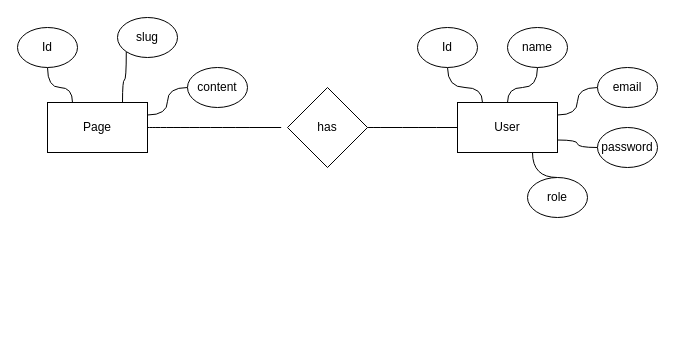
Above: Untitled Diagram.drawio in vaighir/-CMS-WIKI-FI9E (draw.io), before the change. Source tidied: cells renumbered, new cells numbered last; positions are measured from the earlier drawing's top-left corner, leaving out a move shared by most shapes. Both pictures are drawn from the tidied source at 100%, with x=0, y=0 at pixel (17, 17).
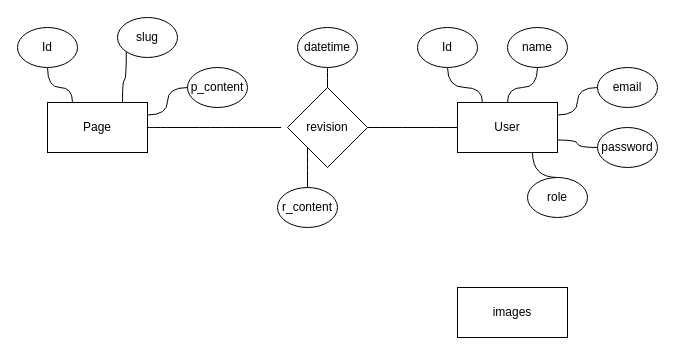
The same diagram, later.

What changed in the source:
```diff
@@
-    <mxCell id="3" value="has" style="rhombus;whiteSpace=wrap;html=1;" parent="1" vertex="1">
+    <mxCell id="3" value="revision" style="rhombus;whiteSpace=wrap;html=1;" parent="1" vertex="1">
       <mxGeometry x="270" y="70" width="80" height="80" as="geometry" />
     </mxCell>
@@
-    <mxCell id="11" value="content" style="ellipse;whiteSpace=wrap;html=1;" parent="1" vertex="1">
+    <mxCell id="11" value="p_content" style="ellipse;whiteSpace=wrap;html=1;" parent="1" vertex="1">
       <mxGeometry x="170" y="50" width="60" height="40" as="geometry" />
     </mxCell>
@@
+    <mxCell id="23" value="images" style="rounded=0;whiteSpace=wrap;html=1;" parent="1" vertex="1">
+      <mxGeometry x="440" y="270" width="110" height="50" as="geometry" />
+    </mxCell>
+    <mxCell id="24" style="edgeStyle=orthogonalEdgeStyle;curved=1;jettySize=auto;html=1;exitX=0.5;exitY=1;exitDx=0;exitDy=0;entryX=0.5;entryY=0;entryDx=0;entryDy=0;endArrow=none;endFill=0;" parent="1" edge="1" source="25" target="3">
+      <mxGeometry relative="1" as="geometry" />
+    </mxCell>
+    <mxCell id="25" value="datetime" style="ellipse;whiteSpace=wrap;html=1;" parent="1" vertex="1">
+      <mxGeometry x="280" y="10" width="60" height="40" as="geometry" />
+    </mxCell>
+    <mxCell id="26" style="edgeStyle=orthogonalEdgeStyle;curved=1;jettySize=auto;html=1;entryX=0;entryY=1;entryDx=0;entryDy=0;endArrow=none;endFill=0;" parent="1" edge="1" source="27" target="3">
+      <mxGeometry relative="1" as="geometry" />
+    </mxCell>
+    <mxCell id="27" value="r_content" style="ellipse;whiteSpace=wrap;html=1;" parent="1" vertex="1">
+      <mxGeometry x="260" y="170" width="60" height="40" as="geometry" />
+    </mxCell>
```
